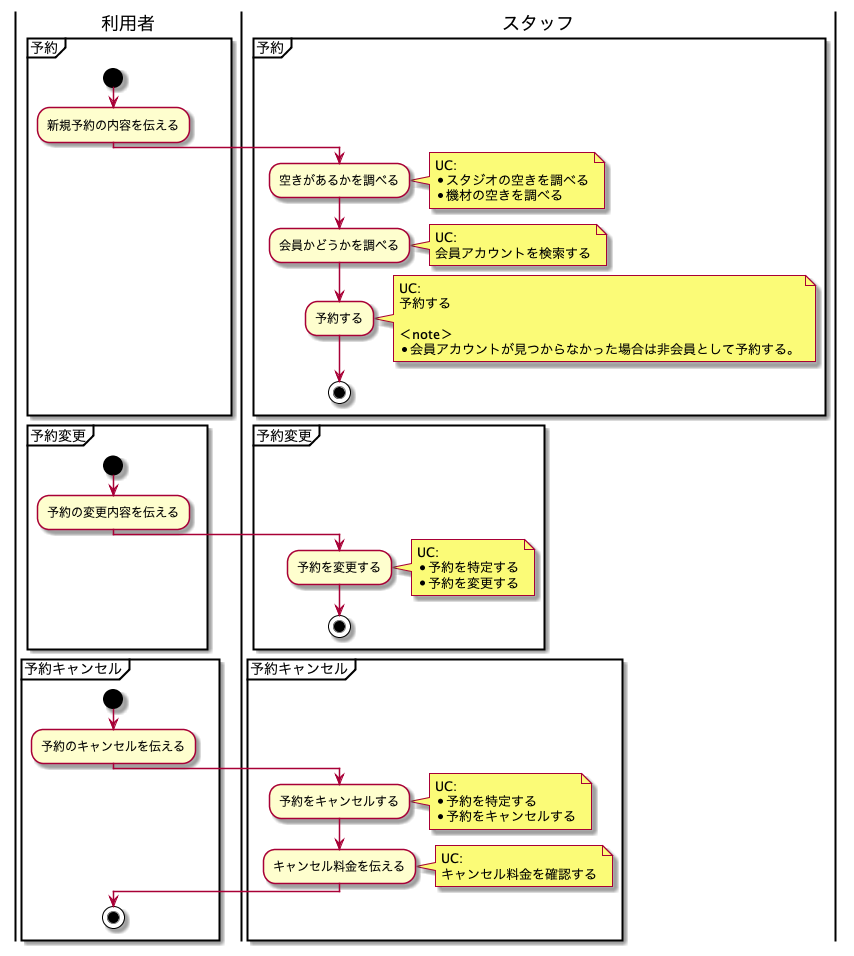
Earlier version of the PlantUML export modeling/BusinessFlow_予約_電話予約_店頭予約/BusinessFlow.png (TakashiOnawa/ddd-practice-studio-reservation).
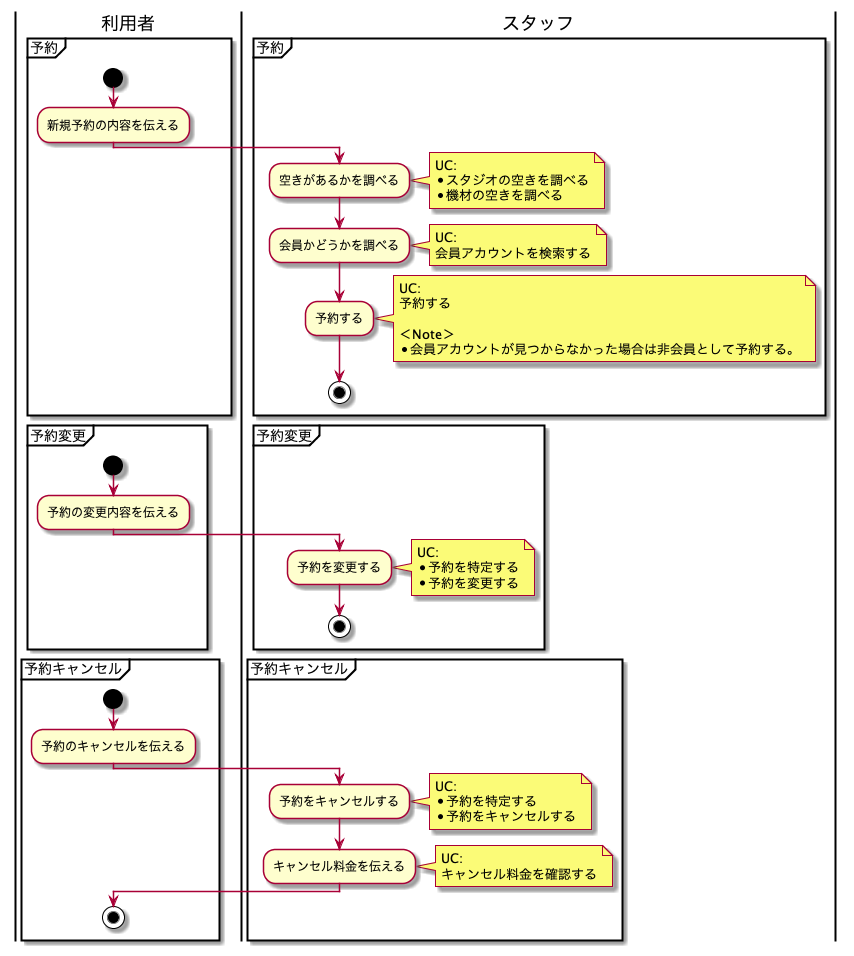
After the commit.

The edit, as a diff of the source:
```diff
@@ -23,7 +23,7 @@
     UC:
     予約する
 
-    ＜note＞
+    ＜Note＞
     * 会員アカウントが見つからなかった場合は非会員として予約する。
     end note
     stop
```
